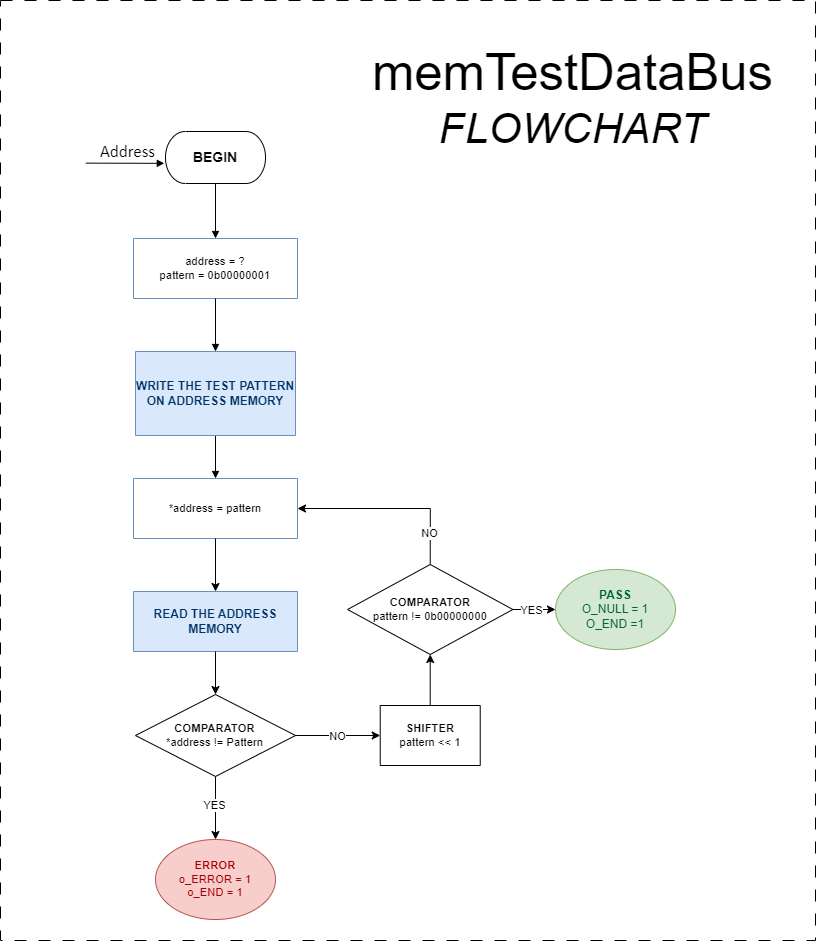
Earlier version of the draw.io export doc/memTestDataBus/memTestDataBus_flowchart.drawio.png (rebeccaquintino/walker). Source tidied: cells renumbered, new cells last; positions are measured from the earlier drawing's top-left corner, leaving out a move shared by most shapes. Source of this version:
```xml
<mxGraphModel>
  <root>
    <mxCell id="0" />
    <mxCell id="1" parent="0" />
    <mxCell id="2" style="rounded=0;whiteSpace=wrap;html=1;fillColor=none;dashed=1;dashPattern=12 12;" parent="1" vertex="1">
      <mxGeometry width="815" height="940" as="geometry" />
    </mxCell>
    <mxCell id="3" value="&lt;div style=&quot;font-size: 1px&quot;&gt;&lt;font style=&quot;font-size: 11.29px; color: rgb(0, 0, 0); direction: ltr; letter-spacing: 0px; line-height: 120%; opacity: 1;&quot;&gt;&lt;font&gt;address = ?&lt;br&gt;pattern = 0b00000001&lt;/font&gt;&lt;br&gt;&lt;/font&gt;&lt;/div&gt;" style="verticalAlign=middle;align=center;overflow=width;vsdxID=2;fillColor=none;shape=(stored shape, 160 characters);strokeColor=#6c8ebf;spacingTop=-1;spacingBottom=-1;spacingLeft=-1;spacingRight=-1;points=[[0,0.5,0],[1,0.5,0],[0.5,1,0],[0.5,0,0]];labelBackgroundColor=none;rounded=0;html=1;whiteSpace=wrap;fontFamily=Helvetica;" parent="1" vertex="1">
      <mxGeometry x="133" y="238" width="164" height="60" as="geometry" />
    </mxCell>
    <mxCell id="4" value="&lt;div style=&quot;&quot;&gt;&lt;font style=&quot;color: rgb(0, 0, 0); direction: ltr; letter-spacing: 0px; line-height: 120%; opacity: 1; font-size: 14px;&quot;&gt;&lt;b style=&quot;&quot;&gt;BEGIN&lt;/b&gt;&lt;/font&gt;&lt;/div&gt;" style="verticalAlign=middle;align=center;overflow=width;vsdxID=4;fillColor=#ffffff;gradientColor=none;shape=(stored shape, 236 characters);strokeColor=#000000;spacingTop=-1;spacingBottom=-1;spacingLeft=-1;spacingRight=-1;points=[[0.5,1,0],[0.5,0,0],[0,0.5,0],[1,0.5,0]];labelBackgroundColor=none;rounded=0;html=1;whiteSpace=wrap;fontFamily=Helvetica;" parent="1" vertex="1">
      <mxGeometry x="165" y="131" width="100" height="52" as="geometry" />
    </mxCell>
    <mxCell id="5" value="&lt;div style=&quot;font-size: 1px&quot;&gt;&lt;font style=&quot;font-size:16.93px;font-family:Calibri;color:#000000;direction:ltr;letter-spacing:0px;line-height:120%;opacity:1&quot;&gt;Address&lt;br&gt;&lt;/font&gt;&lt;/div&gt;" style="verticalAlign=middle;align=right;overflow=width;vsdxID=7;fillColor=none;gradientColor=none;shape=(stored shape, 160 characters);strokeColor=none;strokeWidth=2;points=[];labelBackgroundColor=none;rounded=0;html=1;whiteSpace=wrap;" parent="1" vertex="1">
      <mxGeometry x="65" y="140" width="90" height="23" as="geometry" />
    </mxCell>
    <mxCell id="6" value="&lt;div style=&quot;font-size: 1px&quot;&gt;&lt;font style=&quot;font-size: 11.29px; color: rgb(0, 0, 0); direction: ltr; letter-spacing: 0px; line-height: 120%; opacity: 1;&quot;&gt;*address = pattern&lt;br&gt;&lt;/font&gt;&lt;/div&gt;" style="verticalAlign=middle;align=center;overflow=width;vsdxID=9;fillColor=none;shape=(stored shape, 160 characters);strokeColor=#6c8ebf;spacingTop=-1;spacingBottom=-1;spacingLeft=-1;spacingRight=-1;points=[[0,0.5,0],[1,0.5,0],[0.5,1,0],[0.5,0,0]];labelBackgroundColor=none;rounded=0;html=1;whiteSpace=wrap;fontFamily=Helvetica;" parent="1" vertex="1">
      <mxGeometry x="133" y="478" width="164" height="60" as="geometry" />
    </mxCell>
    <mxCell id="7" value="&lt;div style=&quot;&quot;&gt;&lt;font style=&quot;direction: ltr; letter-spacing: 0px; line-height: 120%; opacity: 1;&quot;&gt;&lt;b style=&quot;&quot;&gt;&lt;font style=&quot;color: rgb(0, 51, 102);&quot;&gt;READ THE ADDRESS MEMORY&lt;/font&gt;&lt;/b&gt;&lt;br&gt;&lt;/font&gt;&lt;/div&gt;" style="verticalAlign=middle;align=center;overflow=width;vsdxID=18;fillColor=#dae8fc;shape=(stored shape, 160 characters);strokeColor=#6c8ebf;spacingTop=-1;spacingBottom=-1;spacingLeft=-1;spacingRight=-1;points=[[0,0.5,0],[1,0.5,0],[0.5,1,0],[0.5,0,0]];labelBackgroundColor=none;rounded=0;html=1;whiteSpace=wrap;fontColor=default;fontFamily=Helvetica;" parent="1" vertex="1">
      <mxGeometry x="133" y="591" width="164" height="60" as="geometry" />
    </mxCell>
    <mxCell id="8" style="vsdxID=20;fillColor=#ffffff;gradientColor=none;shape=(stored shape, 168 characters);strokeColor=#000000;spacingTop=-1;spacingBottom=-1;spacingLeft=-1;spacingRight=-1;points=[[0,0.5,0],[1,0.5,0],[0.5,0,0],[0.5,1,0]];labelBackgroundColor=none;rounded=0;html=1;whiteSpace=wrap;fontFamily=Helvetica;" parent="1" vertex="1">
      <mxGeometry x="135" y="694" width="160" height="82" as="geometry" />
    </mxCell>
    <mxCell id="9" value="&lt;div style=&quot;font-size: 1px&quot;&gt;&lt;font style=&quot;font-size: 11.29px; color: rgb(0, 0, 0); direction: ltr; letter-spacing: 0px; line-height: 120%; opacity: 1;&quot;&gt;&lt;b&gt;COMPARATOR&lt;/b&gt;&lt;/font&gt;&lt;/div&gt;&lt;div style=&quot;font-size: 1px&quot;&gt;&lt;font style=&quot;font-size: 11.29px; color: rgb(0, 0, 0); direction: ltr; letter-spacing: 0px; line-height: 120%; opacity: 1;&quot;&gt;*address != Pattern&lt;br&gt;&lt;/font&gt;&lt;/div&gt;" style="text;vsdxID=20;fillColor=none;gradientColor=none;strokeColor=none;spacingTop=-1;spacingBottom=-1;spacingLeft=-1;spacingRight=-1;labelBackgroundColor=none;rounded=0;html=1;whiteSpace=wrap;verticalAlign=middle;align=center;overflow=width;html=1;fontFamily=Helvetica;" parent="8" vertex="1">
      <mxGeometry x="13.3" y="10.2" width="133.3" height="61.5" as="geometry" />
    </mxCell>
    <mxCell id="10" value="&lt;div style=&quot;&quot;&gt;&lt;font&gt;&lt;span style=&quot;font-size: 11.29px;&quot;&gt;&lt;b&gt;SHIFTER&lt;/b&gt;&lt;/span&gt;&lt;/font&gt;&lt;/div&gt;&lt;div style=&quot;font-size: 1px&quot;&gt;&lt;font style=&quot;font-size: 11.29px; color: rgb(0, 0, 0); direction: ltr; letter-spacing: 0px; line-height: 120%; opacity: 1;&quot;&gt;pattern &amp;lt;&amp;lt; 1&lt;br&gt;&lt;/font&gt;&lt;/div&gt;" style="verticalAlign=middle;align=center;overflow=width;vsdxID=51;fillColor=#ffffff;gradientColor=none;shape=(stored shape, 160 characters);strokeColor=#000000;spacingTop=-1;spacingBottom=-1;spacingLeft=-1;spacingRight=-1;points=[[0,0.5,0],[1,0.5,0],[0.5,1,0],[0.5,0,0]];labelBackgroundColor=none;rounded=0;html=1;whiteSpace=wrap;fontFamily=Helvetica;" parent="1" vertex="1">
      <mxGeometry x="379.7" y="705" width="100" height="60" as="geometry" />
    </mxCell>
    <mxCell id="11" value="&lt;div style=&quot;font-size: 1px&quot;&gt;&lt;font style=&quot;font-size: 11.29px; color: rgb(0, 0, 0); direction: ltr; letter-spacing: 0px; line-height: 120%; opacity: 1;&quot;&gt;&lt;br&gt;&lt;/font&gt;&lt;/div&gt;" style="vsdxID=5;edgeStyle=none;startArrow=none;endArrow=block;startSize=5;endSize=5;strokeColor=#000000;spacingTop=0;spacingBottom=0;spacingLeft=0;spacingRight=0;verticalAlign=middle;html=1;labelBackgroundColor=#ffffff;rounded=0;align=center;exitX=0.5;exitY=1;exitDx=0;exitDy=0;exitPerimeter=0;entryX=0.5;entryY=0;entryDx=0;entryDy=0;entryPerimeter=0;fontFamily=Helvetica;" parent="1" edge="1" source="4" target="3">
      <mxGeometry x="0.02" relative="1" as="geometry" />
    </mxCell>
    <mxCell id="12" style="vsdxID=10;edgeStyle=none;startArrow=none;endArrow=block;startSize=5;endSize=5;strokeColor=#000000;spacingTop=0;spacingBottom=0;spacingLeft=0;spacingRight=0;verticalAlign=middle;html=1;labelBackgroundColor=#ffffff;rounded=0;align=center;exitX=0.5;exitY=1;exitDx=0;exitDy=0;exitPerimeter=0;entryX=0.5;entryY=0;entryDx=0;entryDy=0;entryPerimeter=0;fontFamily=Helvetica;" parent="1" edge="1" source="16" target="6">
      <mxGeometry relative="1" as="geometry">
        <mxPoint x="10" as="offset" />
      </mxGeometry>
    </mxCell>
    <mxCell id="13" value="&lt;div style=&quot;font-size: 1px&quot;&gt;&lt;font face=&quot;Helvetica&quot; style=&quot;font-size: 50.8px; color: rgb(0, 0, 0); direction: ltr; letter-spacing: 0px; line-height: 120%; opacity: 1;&quot;&gt;memTestDataBus&lt;br&gt;&lt;/font&gt;&lt;font style=&quot;font-size: 42.33px; color: rgb(0, 0, 0); direction: ltr; letter-spacing: 0px; line-height: 120%; opacity: 1;&quot;&gt;&lt;i style=&quot;&quot;&gt;&lt;font face=&quot;Helvetica&quot;&gt;FLOWCHART&lt;/font&gt;&lt;br&gt;&lt;/i&gt;&lt;/font&gt;&lt;/div&gt;" style="verticalAlign=middle;align=center;overflow=width;vsdxID=60;fillColor=none;gradientColor=none;shape=(stored shape, 160 characters);strokeColor=none;labelBackgroundColor=none;rounded=0;html=1;whiteSpace=wrap;" parent="1" vertex="1">
      <mxGeometry x="365" y="35" width="415" height="126" as="geometry" />
    </mxCell>
    <mxCell id="14" value="&lt;div style=&quot;font-size: 1px&quot;&gt;&lt;font style=&quot;font-size: 11.29px; font-family: Calibri; color: rgb(0, 0, 0); direction: ltr; letter-spacing: 0px; line-height: 120%; opacity: 1;&quot;&gt;&lt;br&gt;&lt;/font&gt;&lt;/div&gt;" style="vsdxID=5;edgeStyle=none;startArrow=none;endArrow=block;startSize=5;endSize=5;strokeColor=#000000;spacingTop=0;spacingBottom=0;spacingLeft=0;spacingRight=0;verticalAlign=middle;html=1;labelBackgroundColor=#ffffff;rounded=0;align=center;exitX=0.225;exitY=0.984;exitDx=0;exitDy=0;exitPerimeter=0;entryX=-0.012;entryY=0.612;entryDx=0;entryDy=0;entryPerimeter=0;" parent="1" edge="1" source="5" target="4">
      <mxGeometry relative="1" as="geometry">
        <mxPoint x="10" as="offset" />
      </mxGeometry>
    </mxCell>
    <mxCell id="15" style="vsdxID=10;edgeStyle=none;startArrow=none;endArrow=block;startSize=5;endSize=5;strokeColor=#000000;spacingTop=0;spacingBottom=0;spacingLeft=0;spacingRight=0;verticalAlign=middle;html=1;labelBackgroundColor=#ffffff;rounded=0;align=center;exitX=0.5;exitY=1;exitDx=0;exitDy=0;exitPerimeter=0;entryX=0.5;entryY=0;entryDx=0;entryDy=0;entryPerimeter=0;fontFamily=Helvetica;" parent="1" edge="1" source="3" target="16">
      <mxGeometry relative="1" as="geometry">
        <mxPoint x="10" as="offset" />
      </mxGeometry>
    </mxCell>
    <mxCell id="16" value="WRITE THE TEST PATTERN ON ADDRESS MEMORY" style="verticalAlign=middle;align=center;overflow=width;vsdxID=8;fillColor=#dae8fc;shape=(stored shape, 160 characters);strokeColor=#6c8ebf;spacingTop=-1;spacingBottom=-1;spacingLeft=-1;spacingRight=-1;points=[[1,0.5,0],[0.5,0.5,0],[0.5,0,0]];labelBackgroundColor=none;rounded=0;html=1;whiteSpace=wrap;fontFamily=Helvetica;fontStyle=1;fontColor=#003366;" parent="1" vertex="1">
      <mxGeometry x="135" y="351" width="160" height="84" as="geometry" />
    </mxCell>
    <mxCell id="17" value="&lt;div style=&quot;font-size: 1px&quot;&gt;&lt;font style=&quot;font-size: 11.29px; direction: ltr; letter-spacing: 0px; line-height: 120%; opacity: 1;&quot;&gt;&lt;b&gt;ERROR&lt;/b&gt;&lt;br&gt;&lt;span style=&quot;font-weight: normal;&quot;&gt;o_ERROR = 1&lt;br&gt;o_END = 1&lt;/span&gt;&lt;br&gt;&lt;/font&gt;&lt;/div&gt;" style="ellipse;whiteSpace=wrap;html=1;fillColor=#f8cecc;strokeColor=#b85450;fontColor=#a40000;fontFamily=Helvetica;" parent="1" vertex="1">
      <mxGeometry x="155" y="839" width="120" height="80" as="geometry" />
    </mxCell>
    <mxCell id="18" style="edgeStyle=orthogonalEdgeStyle;rounded=0;jettySize=auto;html=1;entryX=0.5;entryY=0;entryDx=0;entryDy=0;exitX=0.5;exitY=1;exitDx=0;exitDy=0;exitPerimeter=0;fontFamily=Helvetica;" parent="1" edge="1" source="8" target="17">
      <mxGeometry relative="1" as="geometry" />
    </mxCell>
    <mxCell id="19" value="YES" style="edgeLabel;html=1;align=center;verticalAlign=middle;fontFamily=Helvetica;" parent="18" vertex="1">
      <mxGeometry x="-0.12" y="-2" relative="1" as="geometry" />
    </mxCell>
    <mxCell id="20" style="edgeStyle=orthogonalEdgeStyle;rounded=0;jettySize=auto;html=1;entryX=0.5;entryY=0;entryDx=0;entryDy=0;entryPerimeter=0;fontFamily=Helvetica;" parent="1" edge="1" source="6" target="7">
      <mxGeometry relative="1" as="geometry" />
    </mxCell>
    <mxCell id="21" style="edgeStyle=orthogonalEdgeStyle;rounded=0;jettySize=auto;html=1;entryX=0.5;entryY=0;entryDx=0;entryDy=0;entryPerimeter=0;fontFamily=Helvetica;" parent="1" edge="1" source="7" target="8">
      <mxGeometry relative="1" as="geometry" />
    </mxCell>
    <mxCell id="22" style="edgeStyle=orthogonalEdgeStyle;rounded=0;jettySize=auto;html=1;entryX=0;entryY=0.5;entryDx=0;entryDy=0;" parent="1" edge="1" source="24" target="31">
      <mxGeometry relative="1" as="geometry" />
    </mxCell>
    <mxCell id="23" value="YES" style="edgeLabel;html=1;align=center;verticalAlign=middle;" parent="22" vertex="1">
      <mxGeometry x="-0.18" relative="1" as="geometry" />
    </mxCell>
    <mxCell id="24" style="vsdxID=20;fillColor=#ffffff;gradientColor=none;shape=(stored shape, 168 characters);strokeColor=#000000;spacingTop=-1;spacingBottom=-1;spacingLeft=-1;spacingRight=-1;points=[[0,0.5,0],[1,0.5,0],[0.5,0,0],[0.5,1,0]];labelBackgroundColor=none;rounded=0;html=1;whiteSpace=wrap;" parent="1" vertex="1">
      <mxGeometry x="347.1" y="564" width="165.3" height="90" as="geometry" />
    </mxCell>
    <mxCell id="25" value="&lt;div style=&quot;font-size: 1px&quot;&gt;&lt;font style=&quot;font-size: 11.29px; color: rgb(0, 0, 0); direction: ltr; letter-spacing: 0px; line-height: 120%; opacity: 1;&quot;&gt;&lt;b&gt;COMPARATOR&lt;/b&gt;&lt;/font&gt;&lt;/div&gt;&lt;div style=&quot;font-size: 1px&quot;&gt;&lt;font style=&quot;font-size: 11.29px; color: rgb(0, 0, 0); direction: ltr; letter-spacing: 0px; line-height: 120%; opacity: 1;&quot;&gt;&lt;span style=&quot;font-size: 11.29px;&quot;&gt;pattern != 0b00000000&lt;/span&gt;&lt;/font&gt;&lt;/div&gt;" style="text;vsdxID=20;fillColor=none;gradientColor=none;strokeColor=none;spacingTop=-1;spacingBottom=-1;spacingLeft=-1;spacingRight=-1;labelBackgroundColor=none;rounded=0;html=1;whiteSpace=wrap;verticalAlign=middle;align=center;overflow=width;html=1;fontFamily=Helvetica;" parent="24" vertex="1">
      <mxGeometry x="13.8" y="11.2" width="137.7" height="67.5" as="geometry" />
    </mxCell>
    <mxCell id="26" style="edgeStyle=orthogonalEdgeStyle;rounded=0;jettySize=auto;html=1;entryX=0;entryY=0.5;entryDx=0;entryDy=0;entryPerimeter=0;exitX=1;exitY=0.5;exitDx=0;exitDy=0;exitPerimeter=0;fontFamily=Helvetica;" parent="1" edge="1" source="8" target="10">
      <mxGeometry relative="1" as="geometry" />
    </mxCell>
    <mxCell id="27" value="NO" style="edgeLabel;html=1;align=center;verticalAlign=middle;" parent="26" vertex="1">
      <mxGeometry x="-0.49" y="2" relative="1" as="geometry">
        <mxPoint x="19" y="2" as="offset" />
      </mxGeometry>
    </mxCell>
    <mxCell id="28" style="edgeStyle=orthogonalEdgeStyle;rounded=0;jettySize=auto;html=1;entryX=0.5;entryY=1;entryDx=0;entryDy=0;entryPerimeter=0;fontFamily=Helvetica;" parent="1" edge="1" source="10" target="24">
      <mxGeometry relative="1" as="geometry" />
    </mxCell>
    <mxCell id="29" style="edgeStyle=orthogonalEdgeStyle;rounded=0;jettySize=auto;html=1;entryX=1;entryY=0.5;entryDx=0;entryDy=0;entryPerimeter=0;exitX=0.5;exitY=0;exitDx=0;exitDy=0;exitPerimeter=0;fontFamily=Helvetica;" parent="1" edge="1" source="24" target="6">
      <mxGeometry relative="1" as="geometry">
        <Array as="points">
          <mxPoint x="430" y="508" />
        </Array>
      </mxGeometry>
    </mxCell>
    <mxCell id="30" value="NO" style="edgeLabel;html=1;align=center;verticalAlign=middle;" parent="29" vertex="1">
      <mxGeometry x="-0.66" y="2" relative="1" as="geometry" />
    </mxCell>
    <mxCell id="31" value="&lt;b&gt;PASS&lt;/b&gt;&lt;br&gt;O_NULL = 1&lt;br&gt;O_END =1" style="ellipse;whiteSpace=wrap;html=1;fillColor=#d5e8d4;strokeColor=#82b366;fontColor=#006633;" parent="1" vertex="1">
      <mxGeometry x="555" y="569" width="120" height="80" as="geometry" />
    </mxCell>
  </root>
</mxGraphModel>
```
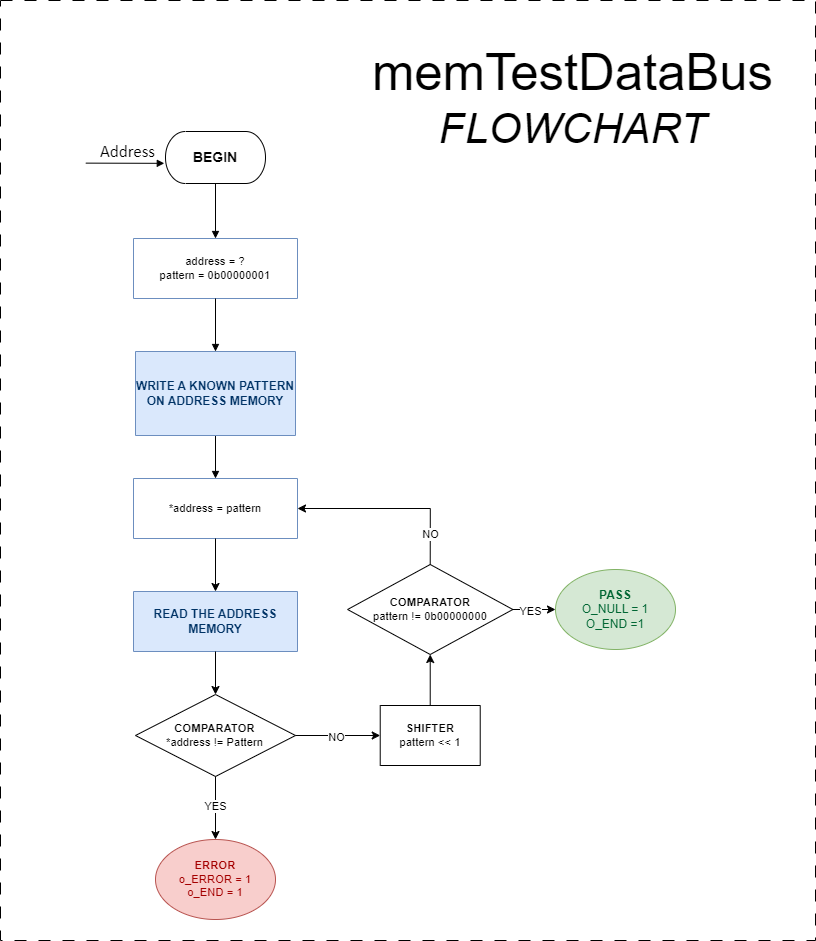
Later version of the same file.

Change to the diagram source:
```diff
@@ -2,7 +2,7 @@
   <root>
     <mxCell id="0" />
     <mxCell id="1" parent="0" />
-    <mxCell id="2" style="rounded=0;whiteSpace=wrap;html=1;fillColor=none;dashed=1;dashPattern=12 12;" parent="1" vertex="1">
+    <mxCell id="2" style="rounded=0;whiteSpace=wrap;html=1;dashed=1;dashPattern=12 12;" parent="1" vertex="1">
       <mxGeometry width="815" height="940" as="geometry" />
     </mxCell>
     <mxCell id="3" value="&lt;div style=&quot;font-size: 1px&quot;&gt;&lt;font style=&quot;font-size: 11.29px; color: rgb(0, 0, 0); direction: ltr; letter-spacing: 0px; line-height: 120%; opacity: 1;&quot;&gt;&lt;font&gt;address = ?&lt;br&gt;pattern = 0b00000001&lt;/font&gt;&lt;br&gt;&lt;/font&gt;&lt;/div&gt;" style="verticalAlign=middle;align=center;overflow=width;vsdxID=2;fillColor=none;shape=(stored shape, 160 characters);strokeColor=#6c8ebf;spacingTop=-1;spacingBottom=-1;spacingLeft=-1;spacingRight=-1;points=[[0,0.5,0],[1,0.5,0],[0.5,1,0],[0.5,0,0]];labelBackgroundColor=none;rounded=0;html=1;whiteSpace=wrap;fontFamily=Helvetica;" parent="1" vertex="1">
@@ -50,7 +50,7 @@
         <mxPoint x="10" as="offset" />
       </mxGeometry>
     </mxCell>
-    <mxCell id="16" value="WRITE THE TEST PATTERN ON ADDRESS MEMORY" style="verticalAlign=middle;align=center;overflow=width;vsdxID=8;fillColor=#dae8fc;shape=(stored shape, 160 characters);strokeColor=#6c8ebf;spacingTop=-1;spacingBottom=-1;spacingLeft=-1;spacingRight=-1;points=[[1,0.5,0],[0.5,0.5,0],[0.5,0,0]];labelBackgroundColor=none;rounded=0;html=1;whiteSpace=wrap;fontFamily=Helvetica;fontStyle=1;fontColor=#003366;" parent="1" vertex="1">
+    <mxCell id="16" value="WRITE A KNOWN PATTERN ON ADDRESS MEMORY" style="verticalAlign=middle;align=center;overflow=width;vsdxID=8;fillColor=#dae8fc;shape=(stored shape, 160 characters);strokeColor=#6c8ebf;spacingTop=-1;spacingBottom=-1;spacingLeft=-1;spacingRight=-1;points=[[1,0.5,0],[0.5,0.5,0],[0.5,0,0]];labelBackgroundColor=none;rounded=0;html=1;whiteSpace=wrap;fontFamily=Helvetica;fontStyle=1;fontColor=#003366;" parent="1" vertex="1">
       <mxGeometry x="135" y="351" width="160" height="84" as="geometry" />
     </mxCell>
     <mxCell id="17" value="&lt;div style=&quot;font-size: 1px&quot;&gt;&lt;font style=&quot;font-size: 11.29px; direction: ltr; letter-spacing: 0px; line-height: 120%; opacity: 1;&quot;&gt;&lt;b&gt;ERROR&lt;/b&gt;&lt;br&gt;&lt;span style=&quot;font-weight: normal;&quot;&gt;o_ERROR = 1&lt;br&gt;o_END = 1&lt;/span&gt;&lt;br&gt;&lt;/font&gt;&lt;/div&gt;" style="ellipse;whiteSpace=wrap;html=1;fillColor=#f8cecc;strokeColor=#b85450;fontColor=#a40000;fontFamily=Helvetica;" parent="1" vertex="1">
```
